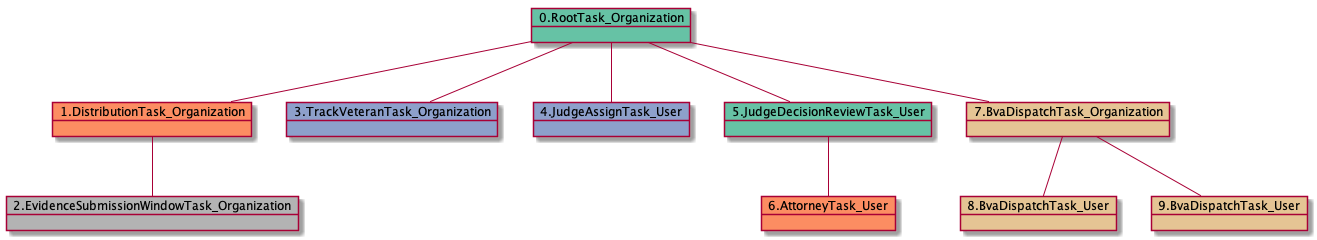
Earlier version of the PlantUML export docs-ES/uml/RTO.DTO.ESWTO.TVTO.JATU.JDRTU.ATU.BDTO-17948.png (yoomlam/graphing). Its diagram source:
```plantuml
@startuml
object 0.RootTask_Organization #66c2a5
object 1.DistributionTask_Organization #fc8d62
object 2.EvidenceSubmissionWindowTask_Organization #b3b3b3
object 3.TrackVeteranTask_Organization #8da0cb
object 4.JudgeAssignTask_User #8da0cb
object 5.JudgeDecisionReviewTask_User #66c2a5
object 6.AttorneyTask_User #fc8d62
object 7.BvaDispatchTask_Organization #e5c494
object 8.BvaDispatchTask_User #e5c494
object 9.BvaDispatchTask_User #e5c494
0.RootTask_Organization -- 1.DistributionTask_Organization
1.DistributionTask_Organization -- 2.EvidenceSubmissionWindowTask_Organization
0.RootTask_Organization -- 3.TrackVeteranTask_Organization
0.RootTask_Organization -- 4.JudgeAssignTask_User
0.RootTask_Organization -- 5.JudgeDecisionReviewTask_User
5.JudgeDecisionReviewTask_User -- 6.AttorneyTask_User
0.RootTask_Organization -- 7.BvaDispatchTask_Organization
7.BvaDispatchTask_Organization -- 8.BvaDispatchTask_User
7.BvaDispatchTask_Organization -- 9.BvaDispatchTask_User
@enduml
```
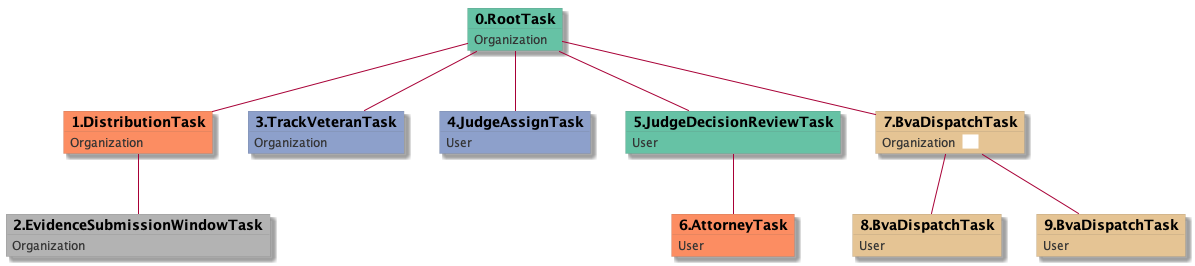
Above is the later version.

Change to the diagram source:
```diff
@@ -1,21 +1,49 @@
 @startuml
-object 0.RootTask_Organization #66c2a5
-object 1.DistributionTask_Organization #fc8d62
-object 2.EvidenceSubmissionWindowTask_Organization #b3b3b3
-object 3.TrackVeteranTask_Organization #8da0cb
-object 4.JudgeAssignTask_User #8da0cb
-object 5.JudgeDecisionReviewTask_User #66c2a5
-object 6.AttorneyTask_User #fc8d62
-object 7.BvaDispatchTask_Organization #e5c494
-object 8.BvaDispatchTask_User #e5c494
-object 9.BvaDispatchTask_User #e5c494
-0.RootTask_Organization -- 1.DistributionTask_Organization
-1.DistributionTask_Organization -- 2.EvidenceSubmissionWindowTask_Organization
-0.RootTask_Organization -- 3.TrackVeteranTask_Organization
-0.RootTask_Organization -- 4.JudgeAssignTask_User
-0.RootTask_Organization -- 5.JudgeDecisionReviewTask_User
-5.JudgeDecisionReviewTask_User -- 6.AttorneyTask_User
-0.RootTask_Organization -- 7.BvaDispatchTask_Organization
-7.BvaDispatchTask_Organization -- 8.BvaDispatchTask_User
-7.BvaDispatchTask_Organization -- 9.BvaDispatchTask_User
+skinparam {
+  ObjectBorderColor #555
+  ObjectBorderThickness 0
+  ObjectFontStyle bold
+  ObjectFontSize 14
+  ObjectAttributeFontColor #333
+  ObjectAttributeFontSize 12
+}
+  object 0.RootTask #66c2a5 {
+Organization
+}
+  object 1.DistributionTask #fc8d62 {
+Organization
+}
+  object 2.EvidenceSubmissionWindowTask #b3b3b3 {
+Organization
+}
+  object 3.TrackVeteranTask #8da0cb {
+Organization
+}
+  object 4.JudgeAssignTask #8da0cb {
+User
+}
+  object 5.JudgeDecisionReviewTask #66c2a5 {
+User
+}
+  object 6.AttorneyTask #fc8d62 {
+User
+}
+  object 7.BvaDispatchTask #e5c494 {
+Organization  <back:white>    </back>
+}
+  object 8.BvaDispatchTask #e5c494 {
+User
+}
+  object 9.BvaDispatchTask #e5c494 {
+User
+}
+0.RootTask -- 1.DistributionTask
+1.DistributionTask -- 2.EvidenceSubmissionWindowTask
+0.RootTask -- 3.TrackVeteranTask
+0.RootTask -- 4.JudgeAssignTask
+0.RootTask -- 5.JudgeDecisionReviewTask
+5.JudgeDecisionReviewTask -- 6.AttorneyTask
+0.RootTask -- 7.BvaDispatchTask
+7.BvaDispatchTask -- 8.BvaDispatchTask
+7.BvaDispatchTask -- 9.BvaDispatchTask
 @enduml
```
